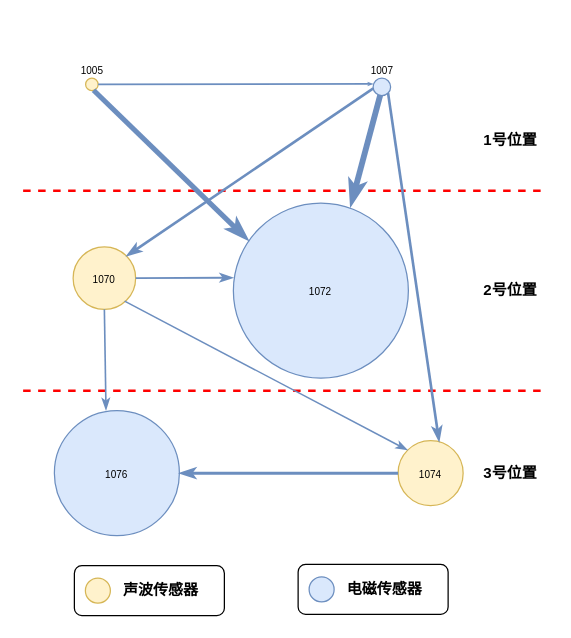
The draw.io diagram page "第 8 页" (8 of 8) of 根因分析.drawio in balllightnings/draw, before the edit. Source tidied: cells renumbered, new cells numbered last; positions are measured from the earlier drawing's top-left corner, leaving out a move shared by most shapes. Both pictures are drawn from the tidied source at 125%, with x=0, y=0 at pixel (22, 59).
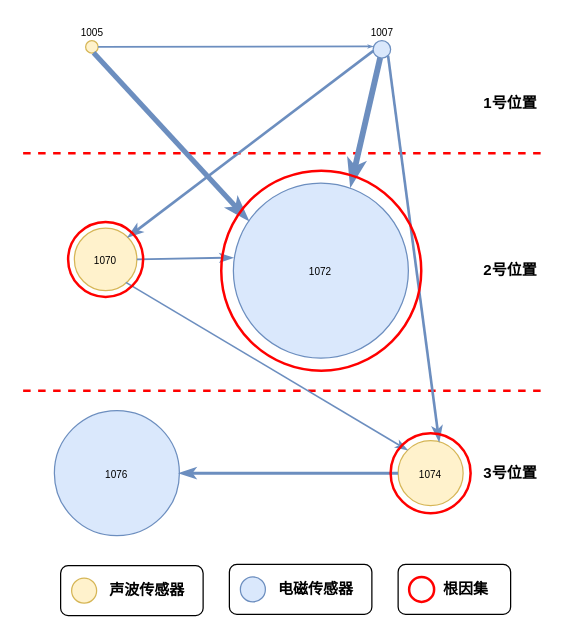
The same page after the edit.

Commit message:
更新根因分析.drawio

Unchanged cells that the change refers to:
```xml
<mxCell id="8" value="&lt;font style=&quot;font-size: 8px;&quot;&gt;1076&lt;/font&gt;" style="ellipse;whiteSpace=wrap;html=1;fillColor=#dae8fc;strokeColor=#6c8ebf;" parent="1" vertex="1">
  <mxGeometry x="25" y="281" width="100" height="100" as="geometry" />
</mxCell>
<mxCell id="13" value="&lt;font style=&quot;font-size: 8px;&quot;&gt;1074&lt;/font&gt;" style="ellipse;whiteSpace=wrap;html=1;fillColor=#fff2cc;strokeColor=#d6b656;" parent="1" vertex="1">
  <mxGeometry x="300" y="305" width="52" height="52" as="geometry" />
</mxCell>
```

Change to the diagram source:
```diff
@@
     <mxCell id="3" style="endArrow=none;dashed=1;html=1;rounded=0;strokeWidth=2;fillColor=#f8cecc;strokeColor=#FF0000;" parent="1" edge="1">
       <mxGeometry relative="1" as="geometry">
-        <mxPoint y="105" as="sourcePoint" />
-        <mxPoint x="420" y="105" as="targetPoint" />
+        <mxPoint y="75" as="sourcePoint" />
+        <mxPoint x="420" y="75" as="targetPoint" />
       </mxGeometry>
     </mxCell>
     <mxCell id="4" style="ellipse;whiteSpace=wrap;html=1;fillColor=#fff2cc;strokeColor=#d6b656;" parent="1" vertex="1">
-      <mxGeometry x="50" y="15" width="10" height="10" as="geometry" />
+      <mxGeometry x="50" y="-15" width="10" height="10" as="geometry" />
     </mxCell>
     <mxCell id="5" style="ellipse;whiteSpace=wrap;html=1;fillColor=#dae8fc;strokeColor=#6c8ebf;" parent="1" vertex="1">
-      <mxGeometry x="280" y="15" width="14" height="14" as="geometry" />
+      <mxGeometry x="280" y="-15" width="14" height="14" as="geometry" />
     </mxCell>
     <mxCell id="6" value="&lt;font style=&quot;font-size: 8px;&quot;&gt;1070&lt;/font&gt;" style="ellipse;whiteSpace=wrap;html=1;fillColor=#fff2cc;strokeColor=#d6b656;" parent="1" vertex="1">
-      <mxGeometry x="40" y="150" width="50" height="50" as="geometry" />
+      <mxGeometry x="41" y="135" width="50" height="50" as="geometry" />
     </mxCell>
     <mxCell id="7" value="&lt;font style=&quot;font-size: 8px;&quot;&gt;1072&lt;/font&gt;" style="ellipse;whiteSpace=wrap;html=1;fillColor=#dae8fc;strokeColor=#6c8ebf;" parent="1" vertex="1">
-      <mxGeometry x="168.2" y="115" width="140" height="140" as="geometry" />
+      <mxGeometry x="168.2" y="99" width="140" height="140" as="geometry" />
     </mxCell>
@@
-    <mxCell id="16" style="endArrow=none;html=1;rounded=0;exitX=0;exitY=0;exitDx=0;exitDy=0;entryX=0.824;entryY=0.868;entryDx=0;entryDy=0;entryPerimeter=0;fillColor=#dae8fc;strokeColor=#6c8ebf;endFill=0;startArrow=classicThin;startFill=1;strokeWidth=1.2;" parent="1" edge="1" source="13" target="6">
+    <mxCell id="16" style="endArrow=none;html=1;rounded=0;exitX=0;exitY=0;exitDx=0;exitDy=0;entryX=0.824;entryY=0.868;entryDx=0;entryDy=0;entryPerimeter=0;fillColor=#dae8fc;strokeColor=#6c8ebf;endFill=0;startArrow=classicThin;startFill=1;strokeWidth=1.3;" parent="1" edge="1" source="13" target="6">
       <mxGeometry relative="1" as="geometry" />
     </mxCell>
-    <mxCell id="17" style="endArrow=none;html=1;rounded=0;exitX=0.413;exitY=-0.003;exitDx=0;exitDy=0;entryX=0.5;entryY=1;entryDx=0;entryDy=0;fillColor=#dae8fc;strokeColor=#6c8ebf;endFill=0;startArrow=classicThin;startFill=1;strokeWidth=1.3;exitPerimeter=0;" parent="1" edge="1" source="8" target="6">
-      <mxGeometry relative="1" as="geometry" />
-    </mxCell>
@@
     <mxCell id="19" value="&lt;font style=&quot;font-size: 8px;&quot;&gt;1005&lt;/font&gt;" style="text;html=1;align=center;verticalAlign=middle;whiteSpace=wrap;rounded=0;" parent="1" vertex="1">
-      <mxGeometry x="33.8" width="42.5" height="15" as="geometry" />
+      <mxGeometry x="33.8" y="-30" width="42.5" height="15" as="geometry" />
     </mxCell>
     <mxCell id="20" value="&lt;font style=&quot;font-size: 8px;&quot;&gt;1007&lt;/font&gt;" style="text;html=1;align=center;verticalAlign=middle;whiteSpace=wrap;rounded=0;" parent="1" vertex="1">
-      <mxGeometry x="265.8" width="42.5" height="15" as="geometry" />
+      <mxGeometry x="265.8" y="-30" width="42.5" height="15" as="geometry" />
     </mxCell>
     <mxCell id="21" value="&lt;b&gt;2号位置&lt;/b&gt;" style="rounded=1;whiteSpace=wrap;html=1;dashed=1;fillStyle=dots;strokeColor=none;fillColor=none;" parent="1" vertex="1">
-      <mxGeometry x="360" y="175" width="60" height="20" as="geometry" />
+      <mxGeometry x="360" y="159" width="60" height="20" as="geometry" />
     </mxCell>
     <mxCell id="22" value="&lt;b&gt;1号位置&lt;/b&gt;" style="rounded=1;whiteSpace=wrap;html=1;dashed=1;fillStyle=dots;strokeColor=none;fillColor=none;" parent="1" vertex="1">
-      <mxGeometry x="360" y="55" width="60" height="20" as="geometry" />
+      <mxGeometry x="360" y="25" width="60" height="20" as="geometry" />
     </mxCell>
@@
     <mxCell id="24" style="rounded=1;whiteSpace=wrap;html=1;" parent="1" vertex="1">
-      <mxGeometry x="41" y="405" width="120" height="40" as="geometry" />
+      <mxGeometry x="30" y="405" width="114" height="40" as="geometry" />
     </mxCell>
     <mxCell id="25" style="ellipse;whiteSpace=wrap;html=1;fillColor=#fff2cc;strokeColor=#d6b656;" parent="1" vertex="1">
-      <mxGeometry x="49.8" y="415" width="20" height="20" as="geometry" />
+      <mxGeometry x="38.8" y="415" width="20" height="20" as="geometry" />
     </mxCell>
     <mxCell id="26" value="&lt;b&gt;声波传感器&lt;br&gt;&lt;/b&gt;" style="rounded=1;whiteSpace=wrap;html=1;dashed=1;fillStyle=dots;strokeColor=none;fillColor=none;" parent="1" vertex="1">
-      <mxGeometry x="73" y="415" width="75" height="20" as="geometry" />
+      <mxGeometry x="62" y="415" width="75" height="20" as="geometry" />
     </mxCell>
     <mxCell id="27" style="rounded=1;whiteSpace=wrap;html=1;" parent="1" vertex="1">
-      <mxGeometry x="220" y="404" width="120" height="40" as="geometry" />
+      <mxGeometry x="165" y="404" width="114" height="40" as="geometry" />
     </mxCell>
     <mxCell id="28" style="ellipse;whiteSpace=wrap;html=1;fillColor=#dae8fc;strokeColor=#6c8ebf;" parent="1" vertex="1">
-      <mxGeometry x="228.8" y="414" width="20" height="20" as="geometry" />
+      <mxGeometry x="173.8" y="414" width="20" height="20" as="geometry" />
     </mxCell>
     <mxCell id="29" value="&lt;b&gt;电磁传感器&lt;br&gt;&lt;/b&gt;" style="rounded=1;whiteSpace=wrap;html=1;dashed=1;fillStyle=dots;strokeColor=none;fillColor=none;" parent="1" vertex="1">
-      <mxGeometry x="252" y="414" width="75" height="20" as="geometry" />
+      <mxGeometry x="197" y="414" width="75" height="20" as="geometry" />
     </mxCell>
+    <mxCell id="30" style="rounded=1;whiteSpace=wrap;html=1;" parent="1" vertex="1">
+      <mxGeometry x="300" y="404" width="90" height="40" as="geometry" />
+    </mxCell>
+    <mxCell id="31" style="ellipse;whiteSpace=wrap;html=1;fillColor=none;strokeColor=#FF0000;strokeWidth=2;" parent="1" vertex="1">
+      <mxGeometry x="308.8" y="414" width="20" height="20" as="geometry" />
+    </mxCell>
+    <mxCell id="32" value="&lt;b&gt;根因集&lt;/b&gt;" style="rounded=1;whiteSpace=wrap;html=1;dashed=1;fillStyle=dots;strokeColor=none;fillColor=none;" parent="1" vertex="1">
+      <mxGeometry x="316.5" y="414" width="75" height="20" as="geometry" />
+    </mxCell>
+    <mxCell id="33" style="ellipse;whiteSpace=wrap;html=1;fillColor=none;strokeColor=#FF0000;strokeWidth=2;" parent="1" vertex="1">
+      <mxGeometry x="294" y="299" width="64" height="64" as="geometry" />
+    </mxCell>
+    <mxCell id="34" style="ellipse;whiteSpace=wrap;html=1;fillColor=none;strokeColor=#FF0000;strokeWidth=2;" parent="1" vertex="1">
+      <mxGeometry x="158.5" y="89" width="160" height="160" as="geometry" />
+    </mxCell>
+    <mxCell id="35" style="ellipse;whiteSpace=wrap;html=1;fillColor=none;strokeColor=#FF0000;strokeWidth=2;" parent="1" vertex="1">
+      <mxGeometry x="36" y="130" width="60" height="60" as="geometry" />
+    </mxCell>
```
